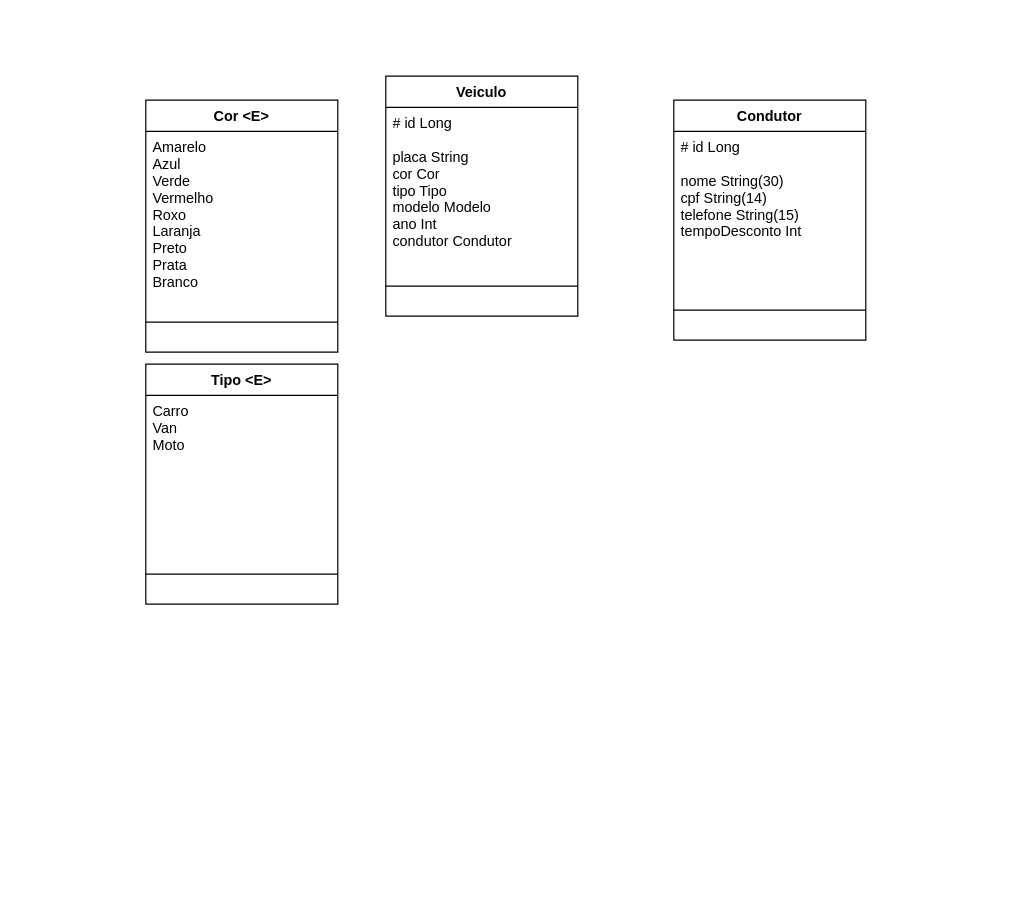
Above: Diagrama sem nome.drawio in gabrielruizmb/estacionamento-api (draw.io), before the change. Source tidied: cells renumbered, new cells numbered last; positions are measured from the earlier drawing's top-left corner, leaving out a move shared by most shapes. Both pictures are drawn from the tidied source at 120%, with x=0, y=0 at pixel (145, 76).
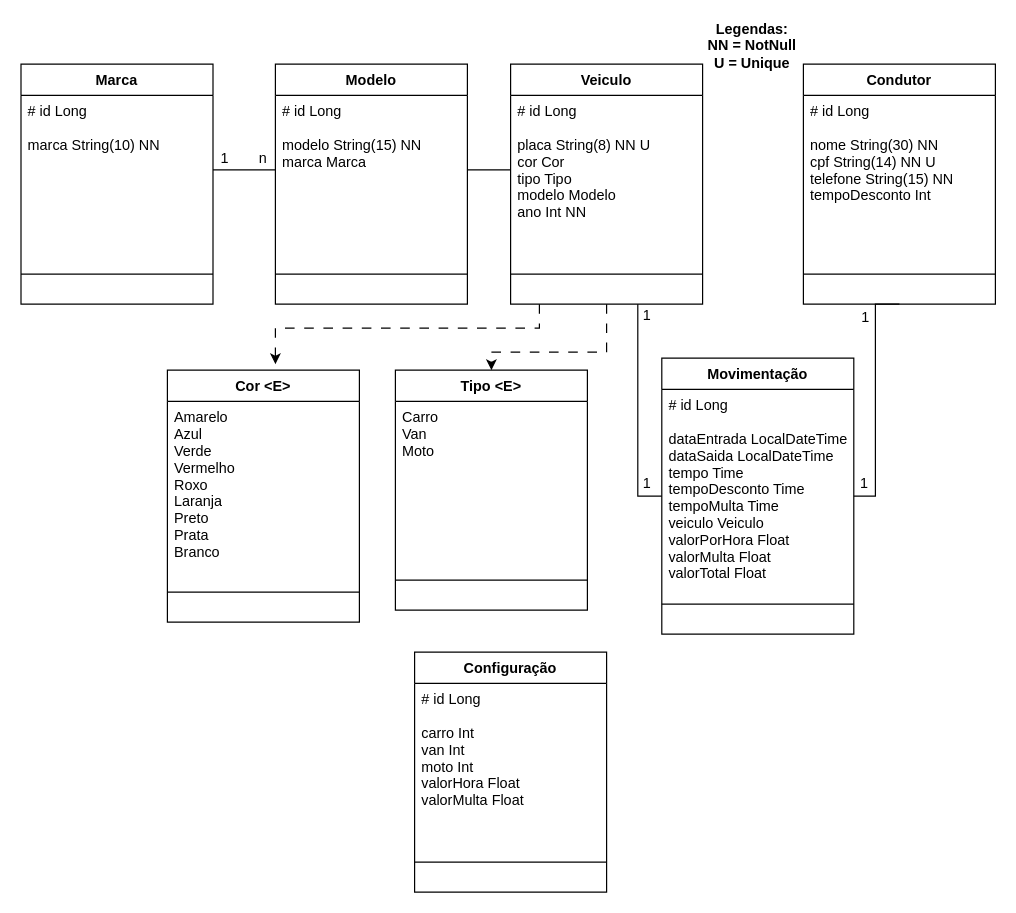
Above is the later version.

The edit, as a diff of the source:
```diff
@@
+    <mxCell id="14" style="edgeStyle=orthogonalEdgeStyle;rounded=0;jettySize=auto;html=1;entryX=0.5;entryY=0;entryDx=0;entryDy=0;endArrow=classic;endFill=1;dashed=1;dashPattern=8 8;" parent="1" edge="1" source="2" target="11">
+      <mxGeometry relative="1" as="geometry">
+        <Array as="points">
+          <mxPoint x="384" y="230" />
+          <mxPoint x="288" y="230" />
+        </Array>
+      </mxGeometry>
+    </mxCell>
+    <mxCell id="15" style="edgeStyle=orthogonalEdgeStyle;rounded=0;orthogonalLoop=1;jettySize=auto;html=1;dashed=1;dashPattern=8 8;endArrow=classic;endFill=1;" parent="1" edge="1">
+      <mxGeometry relative="1" as="geometry">
+        <mxPoint x="328" y="190" as="sourcePoint" />
+        <mxPoint x="108" y="240" as="targetPoint" />
+        <Array as="points">
+          <mxPoint x="328" y="210" />
+          <mxPoint x="108" y="210" />
+        </Array>
+      </mxGeometry>
+    </mxCell>
     <mxCell id="2" value="Veiculo" style="swimlane;fontStyle=1;align=center;verticalAlign=top;horizontal=1;startSize=26;" parent="1" vertex="1">
-      <mxGeometry x="200" width="160" height="200" as="geometry" />
+      <mxGeometry x="304" y="-10" width="160" height="200" as="geometry" />
     </mxCell>
-    <mxCell id="3" value="# id Long&#10;&#10;placa String&#10;cor Cor&#10;tipo Tipo&#10;modelo Modelo&#10;ano Int&#10;condutor Condutor" style="text;strokeColor=none;fillColor=none;align=left;verticalAlign=top;spacingLeft=4;spacingRight=4;overflow=hidden;points=[[0,0.5],[1,0.5]];portConstraint=eastwest;" parent="2" vertex="1">
+    <mxCell id="3" value="# id Long&#10;&#10;placa String(8) NN U&#10;cor Cor&#10;tipo Tipo&#10;modelo Modelo&#10;ano Int NN" style="text;strokeColor=none;fillColor=none;align=left;verticalAlign=top;spacingLeft=4;spacingRight=4;overflow=hidden;points=[[0,0.5],[1,0.5]];portConstraint=eastwest;" parent="2" vertex="1">
       <mxGeometry y="26" width="160" height="124" as="geometry" />
     </mxCell>
@@
     <mxCell id="5" value="Condutor" style="swimlane;fontStyle=1;align=center;verticalAlign=top;horizontal=1;startSize=26;" parent="1" vertex="1">
-      <mxGeometry x="440" y="20" width="160" height="200" as="geometry" />
+      <mxGeometry x="548" y="-10" width="160" height="200" as="geometry" />
     </mxCell>
-    <mxCell id="6" value="# id Long&#10;&#10;nome String(30)&#10;cpf String(14)&#10;telefone String(15)&#10;tempoDesconto Int" style="text;strokeColor=none;fillColor=none;align=left;verticalAlign=top;spacingLeft=4;spacingRight=4;overflow=hidden;" parent="5" vertex="1">
+    <mxCell id="6" value="# id Long&#10;&#10;nome String(30) NN&#10;cpf String(14) NN U&#10;telefone String(15) NN&#10;tempoDesconto Int" style="text;strokeColor=none;fillColor=none;align=left;verticalAlign=top;spacingLeft=4;spacingRight=4;overflow=hidden;" parent="5" vertex="1">
       <mxGeometry y="26" width="160" height="124" as="geometry" />
     </mxCell>
@@
     <mxCell id="8" value="Cor &lt;E&gt;" style="swimlane;fontStyle=1;align=center;verticalAlign=top;horizontal=1;startSize=26;" parent="1" vertex="1">
-      <mxGeometry y="20" width="160" height="210" as="geometry" />
+      <mxGeometry x="18" y="245" width="160" height="210" as="geometry" />
     </mxCell>
@@
     <mxCell id="11" value="Tipo &lt;E&gt;" style="swimlane;fontStyle=1;align=center;verticalAlign=top;horizontal=1;startSize=26;" parent="1" vertex="1">
-      <mxGeometry y="240" width="160" height="200" as="geometry" />
+      <mxGeometry x="208" y="245" width="160" height="200" as="geometry" />
     </mxCell>
@@
+    <mxCell id="16" value="Configuração" style="swimlane;fontStyle=1;align=center;verticalAlign=top;horizontal=1;startSize=26;" parent="1" vertex="1">
+      <mxGeometry x="224" y="480" width="160" height="200" as="geometry" />
+    </mxCell>
+    <mxCell id="17" value="# id Long&#10;&#10;carro Int&#10;van Int&#10;moto Int&#10;valorHora Float&#10;valorMulta Float" style="text;strokeColor=none;fillColor=none;align=left;verticalAlign=top;spacingLeft=4;spacingRight=4;overflow=hidden;" parent="16" vertex="1">
+      <mxGeometry y="26" width="160" height="124" as="geometry" />
+    </mxCell>
+    <mxCell id="18" style="line;strokeWidth=1;fillColor=none;align=left;verticalAlign=middle;spacingTop=-1;spacingLeft=3;spacingRight=3;labelPosition=right;strokeColor=inherit;" parent="16" vertex="1">
+      <mxGeometry y="150" width="160" height="50" as="geometry" />
+    </mxCell>
+    <mxCell id="19" style="edgeStyle=orthogonalEdgeStyle;rounded=0;jettySize=auto;html=1;endArrow=none;endFill=0;" parent="1" edge="1" source="20">
+      <mxGeometry relative="1" as="geometry">
+        <mxPoint x="410" y="190" as="targetPoint" />
+        <Array as="points">
+          <mxPoint x="410" y="350" />
+        </Array>
+      </mxGeometry>
+    </mxCell>
+    <mxCell id="20" value="Movimentação" style="swimlane;fontStyle=1;align=center;verticalAlign=top;horizontal=1;startSize=26;" parent="1" vertex="1">
+      <mxGeometry x="430" y="235" width="160" height="230" as="geometry" />
+    </mxCell>
+    <mxCell id="21" value="# id Long&#10;&#10;dataEntrada LocalDateTime&#10;dataSaida LocalDateTime&#10;tempo Time&#10;tempoDesconto Time&#10;tempoMulta Time&#10;veiculo Veiculo&#10;valorPorHora Float&#10;valorMulta Float&#10;valorTotal Float" style="text;strokeColor=none;fillColor=none;align=left;verticalAlign=top;spacingLeft=4;spacingRight=4;overflow=hidden;points=[[0,0.5],[1,0.5]];portConstraint=eastwest;" parent="20" vertex="1">
+      <mxGeometry y="26" width="160" height="154" as="geometry" />
+    </mxCell>
+    <mxCell id="22" style="line;strokeWidth=1;fillColor=none;align=left;verticalAlign=middle;spacingTop=-1;spacingLeft=3;spacingRight=3;labelPosition=right;strokeColor=inherit;" parent="20" vertex="1">
+      <mxGeometry y="180" width="160" height="50" as="geometry" />
+    </mxCell>
+    <mxCell id="23" value="Modelo" style="swimlane;fontStyle=1;align=center;verticalAlign=top;horizontal=1;startSize=26;" parent="1" vertex="1">
+      <mxGeometry x="108" y="-10" width="160" height="200" as="geometry" />
+    </mxCell>
+    <mxCell id="24" value="# id Long&#10;&#10;modelo String(15) NN&#10;marca Marca" style="text;strokeColor=none;fillColor=none;align=left;verticalAlign=top;spacingLeft=4;spacingRight=4;overflow=hidden;points=[[0,0.5],[1,0.5]];portConstraint=eastwest;" parent="23" vertex="1">
+      <mxGeometry y="26" width="160" height="124" as="geometry" />
+    </mxCell>
+    <mxCell id="25" style="line;strokeWidth=1;fillColor=none;align=left;verticalAlign=middle;spacingTop=-1;spacingLeft=3;spacingRight=3;labelPosition=right;strokeColor=inherit;" parent="23" vertex="1">
+      <mxGeometry y="150" width="160" height="50" as="geometry" />
+    </mxCell>
+    <mxCell id="26" value="Marca" style="swimlane;fontStyle=1;align=center;verticalAlign=top;horizontal=1;startSize=26;" parent="1" vertex="1">
+      <mxGeometry x="-104" y="-10" width="160" height="200" as="geometry" />
+    </mxCell>
+    <mxCell id="27" value="# id Long&#10;&#10;marca String(10) NN" style="text;strokeColor=none;fillColor=none;align=left;verticalAlign=top;spacingLeft=4;spacingRight=4;overflow=hidden;points=[[0,0.5],[1,0.5]];portConstraint=eastwest;" parent="26" vertex="1">
+      <mxGeometry y="26" width="160" height="124" as="geometry" />
+    </mxCell>
+    <mxCell id="28" style="line;strokeWidth=1;fillColor=none;align=left;verticalAlign=middle;spacingTop=-1;spacingLeft=3;spacingRight=3;labelPosition=right;strokeColor=inherit;" parent="26" vertex="1">
+      <mxGeometry y="150" width="160" height="50" as="geometry" />
+    </mxCell>
+    <mxCell id="29" style="edgeStyle=orthogonalEdgeStyle;rounded=0;jettySize=auto;html=1;endArrow=none;endFill=0;" parent="1" edge="1" source="3" target="24">
+      <mxGeometry relative="1" as="geometry" />
+    </mxCell>
+    <mxCell id="30" style="edgeStyle=orthogonalEdgeStyle;rounded=0;jettySize=auto;html=1;endArrow=none;endFill=0;" parent="1" edge="1" source="24" target="27">
+      <mxGeometry relative="1" as="geometry" />
+    </mxCell>
+    <mxCell id="31" value="1" style="text;html=1;strokeColor=none;fillColor=none;align=center;verticalAlign=middle;whiteSpace=wrap;rounded=0;" parent="1" vertex="1">
+      <mxGeometry x="61" y="59" width="10" height="20" as="geometry" />
+    </mxCell>
+    <mxCell id="32" value="n" style="text;html=1;strokeColor=none;fillColor=none;align=center;verticalAlign=middle;whiteSpace=wrap;rounded=0;" parent="1" vertex="1">
+      <mxGeometry x="93" y="59" width="10" height="20" as="geometry" />
+    </mxCell>
+    <mxCell id="33" style="edgeStyle=orthogonalEdgeStyle;rounded=0;jettySize=auto;html=1;endArrow=none;endFill=0;entryX=0.5;entryY=1;entryDx=0;entryDy=0;" parent="1" edge="1" source="21" target="5">
+      <mxGeometry relative="1" as="geometry">
+        <Array as="points">
+          <mxPoint x="608" y="350" />
+          <mxPoint x="608" y="190" />
+        </Array>
+      </mxGeometry>
+    </mxCell>
+    <mxCell id="34" value="1" style="text;html=1;strokeColor=none;fillColor=none;align=center;verticalAlign=middle;whiteSpace=wrap;rounded=0;" parent="1" vertex="1">
+      <mxGeometry x="413" y="190" width="10" height="20" as="geometry" />
+    </mxCell>
+    <mxCell id="35" value="1" style="text;html=1;strokeColor=none;fillColor=none;align=center;verticalAlign=middle;whiteSpace=wrap;rounded=0;" parent="1" vertex="1">
+      <mxGeometry x="413" y="330" width="10" height="20" as="geometry" />
+    </mxCell>
+    <mxCell id="36" value="1" style="text;html=1;strokeColor=none;fillColor=none;align=center;verticalAlign=middle;whiteSpace=wrap;rounded=0;" parent="1" vertex="1">
+      <mxGeometry x="596" y="191" width="8" height="20" as="geometry" />
+    </mxCell>
+    <mxCell id="37" value="1" style="text;html=1;strokeColor=none;fillColor=none;align=center;verticalAlign=middle;whiteSpace=wrap;rounded=0;" parent="1" vertex="1">
+      <mxGeometry x="594" y="330" width="10" height="20" as="geometry" />
+    </mxCell>
+    <mxCell id="38" value="&lt;b&gt;Legendas:&lt;br&gt;NN = NotNull&lt;br&gt;U = Unique&lt;/b&gt;" style="text;html=1;strokeColor=none;fillColor=none;align=center;verticalAlign=middle;whiteSpace=wrap;rounded=0;" parent="1" vertex="1">
+      <mxGeometry x="457.5" y="-40" width="95" height="30" as="geometry" />
+    </mxCell>
```
